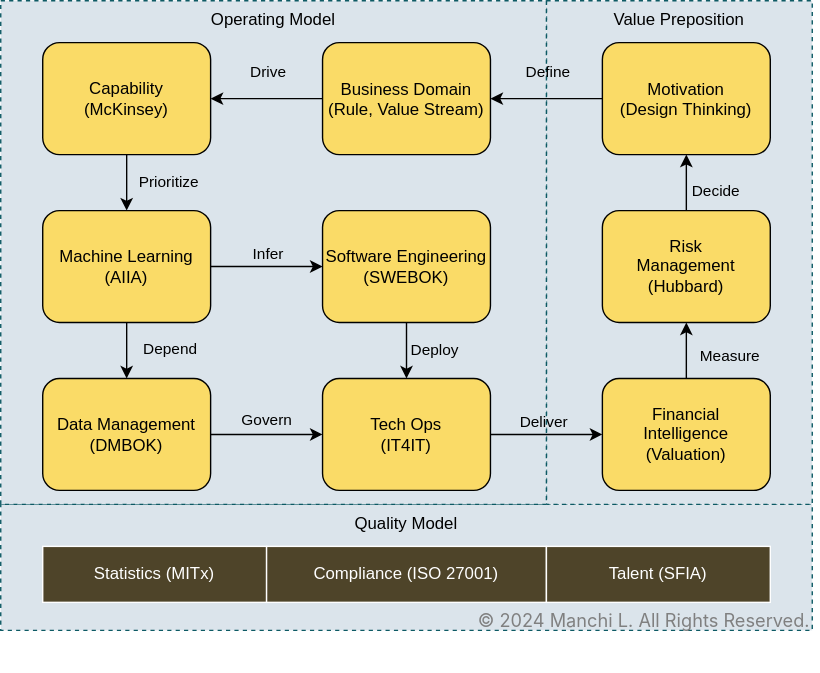
This is antora/docs/modules/ROOT/images/bok.drawio.svg from man-chi/foundation, a draw.io export, as it was before one commit. Source tidied: cells renumbered, new cells last; positions are measured from the earlier drawing's top-left corner, leaving out a move shared by most shapes.
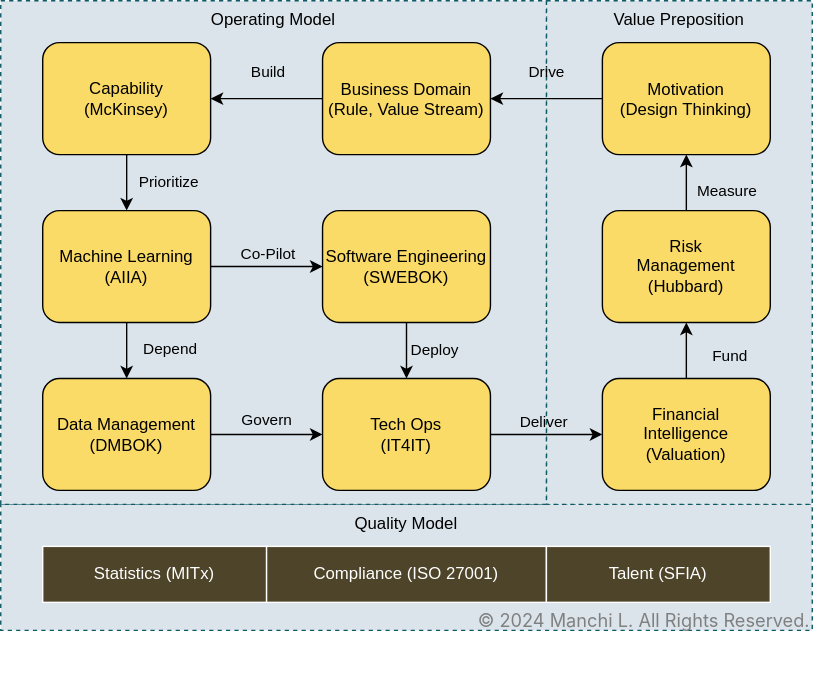
Above is the later version.

The edit, as a diff of the source:
```diff
@@ -29,7 +29,7 @@
     <mxCell id="9" style="edgeStyle=none;rounded=0;jettySize=auto;html=1;entryX=1;entryY=0.5;entryDx=0;entryDy=0;" parent="1" edge="1" source="11" target="8">
       <mxGeometry relative="1" as="geometry" />
     </mxCell>
-    <mxCell id="10" value="Drive" style="edgeLabel;html=1;align=center;verticalAlign=middle;labelBackgroundColor=none;" parent="9" vertex="1">
+    <mxCell id="10" value="Build" style="edgeLabel;html=1;align=center;verticalAlign=middle;labelBackgroundColor=none;" parent="9" vertex="1">
       <mxGeometry x="0.25" y="-1" relative="1" as="geometry">
         <mxPoint x="10" y="-19" as="offset" />
       </mxGeometry>
@@ -40,9 +40,9 @@
     <mxCell id="12" style="edgeStyle=orthogonalEdgeStyle;rounded=0;jettySize=auto;html=1;entryX=1;entryY=0.5;entryDx=0;entryDy=0;" parent="1" edge="1" source="14" target="11">
       <mxGeometry relative="1" as="geometry" />
     </mxCell>
-    <mxCell id="13" value="Define" style="edgeLabel;html=1;align=center;verticalAlign=middle;labelBackgroundColor=none;" parent="12" vertex="1">
+    <mxCell id="13" value="Drive" style="edgeLabel;html=1;align=center;verticalAlign=middle;labelBackgroundColor=none;" parent="12" vertex="1">
       <mxGeometry x="0.15" y="-1" relative="1" as="geometry">
-        <mxPoint x="6" y="-19" as="offset" />
+        <mxPoint x="5" y="-19" as="offset" />
       </mxGeometry>
     </mxCell>
     <mxCell id="14" value="&lt;p style=&quot;font-variant-numeric: normal; font-variant-east-asian: normal; font-variant-alternates: normal; font-kerning: auto; font-optical-sizing: auto; font-feature-settings: normal; font-variation-settings: normal; font-stretch: normal; line-height: normal; -webkit-text-stroke-color: rgb(0, 0, 0); margin: 0px;&quot; class=&quot;p1&quot;&gt;Motivation&lt;/p&gt;&lt;p style=&quot;font-variant-numeric: normal; font-variant-east-asian: normal; font-variant-alternates: normal; font-kerning: auto; font-optical-sizing: auto; font-feature-settings: normal; font-variation-settings: normal; font-stretch: normal; line-height: normal; -webkit-text-stroke-color: rgb(0, 0, 0); margin: 0px;&quot; class=&quot;p1&quot;&gt;&lt;span style=&quot;font-kerning: none;&quot; class=&quot;s1&quot;&gt;(Design Thinking)&lt;/span&gt;&lt;/p&gt;" style="rounded=1;whiteSpace=wrap;html=1;fillColor=#FADB67;align=center;" parent="1" vertex="1">
@@ -51,7 +51,7 @@
     <mxCell id="15" style="edgeStyle=none;rounded=0;jettySize=auto;html=1;entryX=0;entryY=0.5;entryDx=0;entryDy=0;" parent="1" edge="1" source="19" target="24">
       <mxGeometry relative="1" as="geometry" />
     </mxCell>
-    <mxCell id="16" value="Infer" style="edgeLabel;html=1;align=center;verticalAlign=middle;labelBackgroundColor=none;" parent="15" vertex="1">
+    <mxCell id="16" value="Co-Pilot" style="edgeLabel;html=1;align=center;verticalAlign=middle;labelBackgroundColor=none;" parent="15" vertex="1">
       <mxGeometry x="-0.7" y="-2" relative="1" as="geometry">
         <mxPoint x="28" y="-12" as="offset" />
       </mxGeometry>
@@ -95,9 +95,9 @@
     <mxCell id="27" style="edgeStyle=none;rounded=0;jettySize=auto;html=1;entryX=0.5;entryY=1;entryDx=0;entryDy=0;" parent="1" edge="1" source="29" target="14">
       <mxGeometry relative="1" as="geometry" />
     </mxCell>
-    <mxCell id="28" value="Decide" style="edgeLabel;html=1;align=center;verticalAlign=middle;labelBackgroundColor=none;" parent="27" vertex="1">
+    <mxCell id="28" value="Measure" style="edgeLabel;html=1;align=center;verticalAlign=middle;labelBackgroundColor=none;" parent="27" vertex="1">
       <mxGeometry x="-0.25" y="-2" relative="1" as="geometry">
-        <mxPoint x="18" as="offset" />
+        <mxPoint x="26" as="offset" />
       </mxGeometry>
     </mxCell>
     <mxCell id="29" value="Risk&lt;br&gt;Management&lt;br&gt;(Hubbard)" style="rounded=1;whiteSpace=wrap;html=1;fillColor=#FADB67;" parent="1" vertex="1">
@@ -106,7 +106,7 @@
     <mxCell id="30" style="edgeStyle=none;rounded=0;jettySize=auto;html=1;entryX=0.5;entryY=1;entryDx=0;entryDy=0;" parent="1" edge="1" source="32" target="29">
       <mxGeometry relative="1" as="geometry" />
     </mxCell>
-    <mxCell id="31" value="Measure" style="edgeLabel;html=1;align=center;verticalAlign=middle;labelBackgroundColor=none;" parent="30" vertex="1">
+    <mxCell id="31" value="Fund" style="edgeLabel;html=1;align=center;verticalAlign=middle;labelBackgroundColor=none;" parent="30" vertex="1">
       <mxGeometry x="-0.15" y="1" relative="1" as="geometry">
         <mxPoint x="31" as="offset" />
       </mxGeometry>
```
